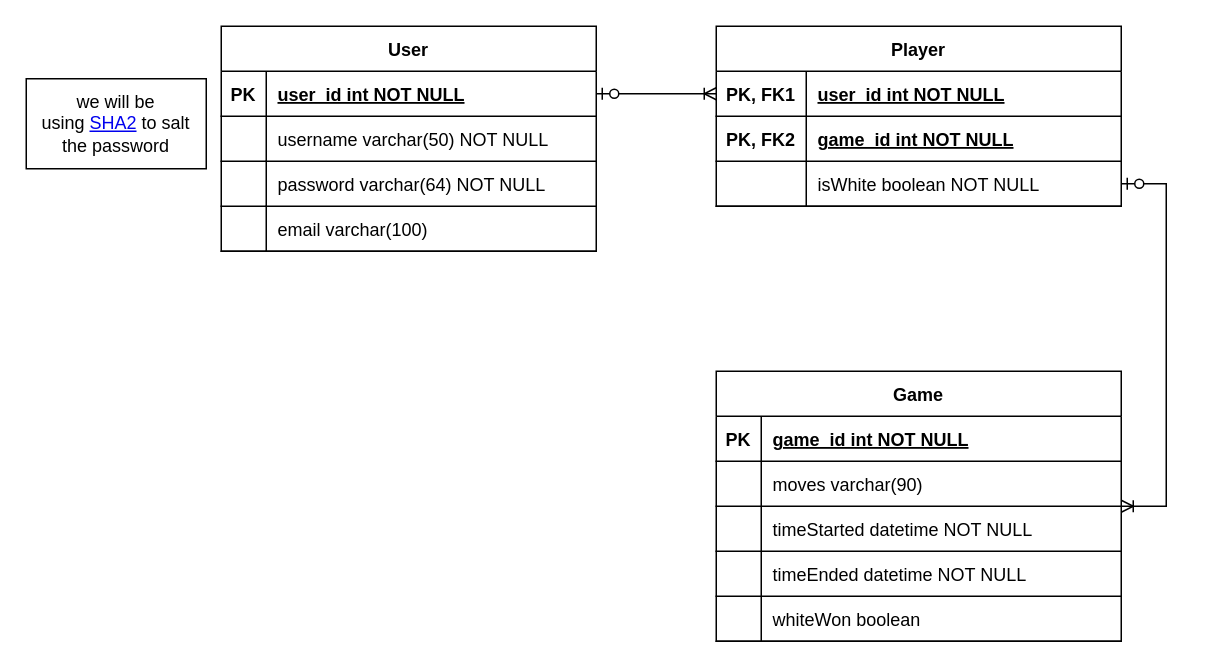
Ultrasonic1209/chess-app-frontend keeps this draw.io diagram as public/nea/Designed SQL.drawio. Above is the earlier version. Source tidied: cells renumbered, new cells numbered last; positions are measured from the earlier drawing's top-left corner, leaving out a move shared by most shapes. Both pictures are drawn from the tidied source at 150%, with x=0, y=0 at pixel (26, 26).
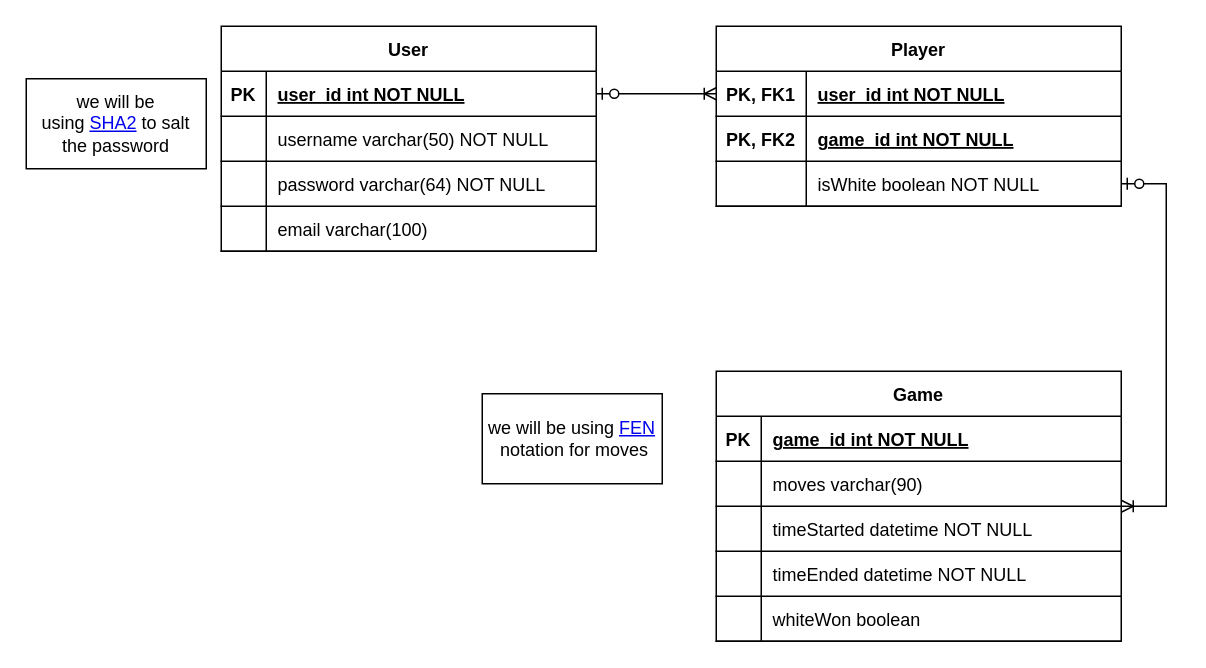
The same diagram, later.

What changed in the source:
```diff
@@
+    <mxCell id="44" value="we will be using &lt;a href=&quot;https://en.wikipedia.org/wiki/Forsyth%E2%80%93Edwards_Notation&quot;&gt;FEN&lt;/a&gt;&lt;br&gt;&amp;nbsp;notation for moves" style="rounded=0;whiteSpace=wrap;html=1;" parent="1" vertex="1">
+      <mxGeometry x="304" y="245" width="120" height="60" as="geometry" />
+    </mxCell>
```
